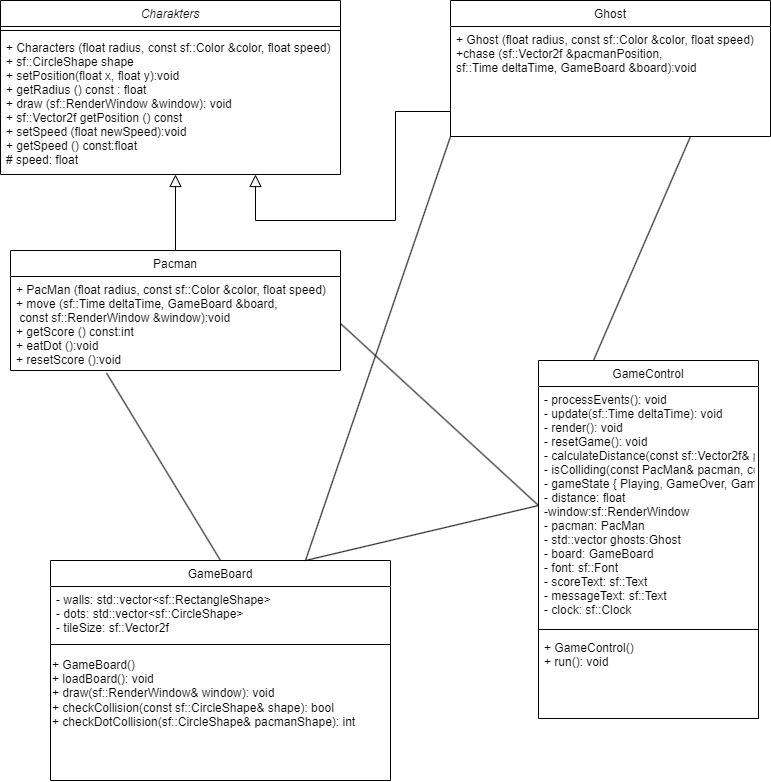
Above: docs/UML_PACMAN.png in kamil3004/Pacman (draw.io), before the change. Source tidied: cells renumbered, new cells last; positions are measured from the earlier drawing's top-left corner, leaving out a move shared by most shapes. Source of this version:
```xml
<mxGraphModel>
  <root>
    <mxCell id="0" />
    <mxCell id="1" parent="0" />
    <mxCell id="2" value="Charakters" style="swimlane;fontStyle=2;align=center;verticalAlign=top;horizontal=1;startSize=26;rounded=0;shadow=0;strokeWidth=1;" parent="1" vertex="1">
      <mxGeometry width="340" height="174" as="geometry" />
    </mxCell>
    <mxCell id="3" style="line;html=1;strokeWidth=1;align=left;verticalAlign=middle;spacingTop=-1;spacingLeft=3;spacingRight=3;labelPosition=right;" parent="2" vertex="1">
      <mxGeometry y="26" width="340" height="8" as="geometry" />
    </mxCell>
    <mxCell id="4" value="+ Characters (float radius, const sf::Color &amp;color, float speed)&#10;+ sf::CircleShape shape&#10;+ setPosition(float x, float y):void&#10;+ getRadius () const : float&#10;+ draw (sf::RenderWindow &amp;window): void&#10;+ sf::Vector2f &#9;getPosition () const&#10;+ setSpeed (float newSpeed):void  &#10;+ getSpeed () const:float&#10;# speed: float" style="text;align=left;verticalAlign=top;spacingLeft=4;spacingRight=4;overflow=hidden;points=[[0,0.5],[1,0.5]];portConstraint=eastwest;rounded=0;shadow=0;html=0;" parent="2" vertex="1">
      <mxGeometry y="34" width="340" height="140" as="geometry" />
    </mxCell>
    <mxCell id="5" value="Pacman" style="swimlane;fontStyle=0;align=center;verticalAlign=top;horizontal=1;startSize=26;rounded=0;shadow=0;strokeWidth=1;" parent="1" vertex="1">
      <mxGeometry x="10" y="250" width="330" height="120" as="geometry" />
    </mxCell>
    <mxCell id="6" value="+ PacMan (float radius, const sf::Color &amp;color, float speed)&#10;+ move (sf::Time deltaTime, GameBoard &amp;board,&#10; const sf::RenderWindow &amp;window):void &#10;+ getScore () const:int&#10;+ eatDot ():void&#10;+ resetScore ():void " style="text;align=left;verticalAlign=top;spacingLeft=4;spacingRight=4;overflow=hidden;points=[[0,0.5],[1,0.5]];portConstraint=eastwest;" parent="5" vertex="1">
      <mxGeometry y="26" width="330" height="94" as="geometry" />
    </mxCell>
    <mxCell id="7" style="endArrow=block;endSize=10;endFill=0;shadow=0;strokeWidth=1;rounded=0;curved=0;edgeStyle=elbowEdgeStyle;elbow=horizontal;" parent="1" edge="1" source="5" target="2">
      <mxGeometry relative="1" as="geometry">
        <Array as="points">
          <mxPoint x="108" y="170" />
        </Array>
      </mxGeometry>
    </mxCell>
    <mxCell id="8" value="Ghost" style="swimlane;fontStyle=0;align=center;verticalAlign=top;horizontal=1;startSize=26;rounded=0;shadow=0;strokeWidth=1;" parent="1" vertex="1">
      <mxGeometry x="450" width="320" height="136" as="geometry" />
    </mxCell>
    <mxCell id="9" value="+ Ghost (float radius, const sf::Color &amp;color, float speed)&#10;+chase (sf::Vector2f &amp;pacmanPosition,&#10;sf::Time deltaTime, GameBoard &amp;board):void" style="text;align=left;verticalAlign=top;spacingLeft=4;spacingRight=4;overflow=hidden;points=[[0,0.5],[1,0.5]];portConstraint=eastwest;" parent="8" vertex="1">
      <mxGeometry y="26" width="320" height="64" as="geometry" />
    </mxCell>
    <mxCell id="10" style="endArrow=block;endSize=10;endFill=0;shadow=0;strokeWidth=1;rounded=0;elbow=vertical;edgeStyle=orthogonalEdgeStyle;entryX=0.75;entryY=1;entryDx=0;entryDy=0;" parent="1" edge="1" target="2">
      <mxGeometry relative="1" as="geometry">
        <mxPoint x="450" y="110" as="sourcePoint" />
        <Array as="points">
          <mxPoint x="450" y="111" />
          <mxPoint x="395" y="111" />
          <mxPoint x="395" y="220" />
          <mxPoint x="255" y="220" />
        </Array>
      </mxGeometry>
    </mxCell>
    <mxCell id="11" value="GameBoard" style="swimlane;fontStyle=0;align=center;verticalAlign=top;horizontal=1;startSize=26;rounded=0;shadow=0;strokeWidth=1;" parent="1" vertex="1">
      <mxGeometry x="50" y="560" width="340" height="220" as="geometry" />
    </mxCell>
    <mxCell id="12" value="- walls: std::vector&lt;sf::RectangleShape&gt;  &#10;- dots: std::vector&lt;sf::CircleShape&gt;  &#10;- tileSize: sf::Vector2f    " style="text;align=left;verticalAlign=top;spacingLeft=4;spacingRight=4;overflow=hidden;" parent="11" vertex="1">
      <mxGeometry y="26" width="340" height="54" as="geometry" />
    </mxCell>
    <mxCell id="13" style="line;html=1;strokeWidth=1;align=left;verticalAlign=middle;spacingTop=-1;spacingLeft=3;spacingRight=3;labelPosition=right;" parent="11" vertex="1">
      <mxGeometry y="80" width="340" height="8" as="geometry" />
    </mxCell>
    <mxCell id="14" value="&lt;div&gt;+&amp;nbsp;&lt;span style=&quot;text-align: center;&quot;&gt;GameBoard&lt;/span&gt;()&amp;nbsp; &amp;nbsp; &amp;nbsp;&lt;/div&gt;&lt;div&gt;+ loadBoard(): void&amp;nbsp; &amp;nbsp; &amp;nbsp; &amp;nbsp; &amp;nbsp; &amp;nbsp;&amp;nbsp;&lt;/div&gt;&lt;div&gt;+ draw(sf::RenderWindow&amp;amp; window): void&amp;nbsp; &amp;nbsp;&lt;/div&gt;&lt;div&gt;+ checkCollision(const sf::CircleShape&amp;amp; shape): bool&amp;nbsp; &amp;nbsp;&lt;/div&gt;&lt;div&gt;+ checkDotCollision(sf::CircleShape&amp;amp; pacmanShape): int&amp;nbsp; &amp;nbsp;&lt;/div&gt;" style="text;html=1;align=left;verticalAlign=middle;strokeColor=none;fillColor=none;" parent="11" vertex="1">
      <mxGeometry y="88" width="340" height="90" as="geometry" />
    </mxCell>
    <mxCell id="15" value="GameControl" style="swimlane;fontStyle=0;align=center;verticalAlign=top;horizontal=1;startSize=26;rounded=0;shadow=0;strokeWidth=1;" parent="1" vertex="1">
      <mxGeometry x="538" y="360" width="220" height="358" as="geometry" />
    </mxCell>
    <mxCell id="16" value="- processEvents(): void &#10;- update(sf::Time deltaTime): void &#10;- render(): void&#10;- resetGame(): void&#10;- calculateDistance(const sf::Vector2f&amp; pos1, const sf::Vector2f&amp; pos2):float&#10;- isColliding(const PacMan&amp; pacman, const Ghost&amp; ghost):bool &#10;- gameState { Playing, GameOver, GameWon, StartScreen } gameState:enum &#10;- distance: float&#10;-window:sf::RenderWindow &#10;- pacman: PacMan &#10;- std::vector ghosts:Ghost&#10;- board: GameBoard &#10;- font: sf::Font&#10;- scoreText: sf::Text &#10;- messageText: sf::Text&#10;- clock: sf::Clock" style="text;align=left;verticalAlign=top;spacingLeft=4;spacingRight=4;overflow=hidden;points=[[0,0.5],[1,0.5]];portConstraint=eastwest;rounded=0;shadow=0;html=0;" parent="15" vertex="1">
      <mxGeometry y="26" width="220" height="238" as="geometry" />
    </mxCell>
    <mxCell id="17" style="line;html=1;strokeWidth=1;align=left;verticalAlign=middle;spacingTop=-1;spacingLeft=3;spacingRight=3;labelPosition=right;" parent="15" vertex="1">
      <mxGeometry y="264" width="220" height="10" as="geometry" />
    </mxCell>
    <mxCell id="18" value="+ GameControl()&#10;+ run(): void" style="text;align=left;verticalAlign=top;spacingLeft=4;spacingRight=4;overflow=hidden;rounded=0;shadow=0;html=0;" parent="15" vertex="1">
      <mxGeometry y="274" width="220" height="84" as="geometry" />
    </mxCell>
    <mxCell id="19" style="endArrow=none;html=1;rounded=0;entryX=0;entryY=1;entryDx=0;entryDy=0;exitX=0.75;exitY=0;exitDx=0;exitDy=0;" parent="1" edge="1" source="11" target="8">
      <mxGeometry relative="1" as="geometry" />
    </mxCell>
    <mxCell id="20" style="endArrow=none;html=1;rounded=0;exitX=0.5;exitY=0;exitDx=0;exitDy=0;entryX=0.291;entryY=1.027;entryDx=0;entryDy=0;entryPerimeter=0;" parent="1" edge="1" source="11" target="6">
      <mxGeometry relative="1" as="geometry" />
    </mxCell>
    <mxCell id="21" style="endArrow=none;html=1;rounded=0;entryX=1;entryY=0.5;entryDx=0;entryDy=0;exitX=0;exitY=0.5;exitDx=0;exitDy=0;" parent="1" edge="1" source="16" target="6">
      <mxGeometry relative="1" as="geometry" />
    </mxCell>
    <mxCell id="22" style="endArrow=none;html=1;rounded=0;exitX=0.75;exitY=0;exitDx=0;exitDy=0;entryX=0;entryY=0.5;entryDx=0;entryDy=0;" parent="1" edge="1" source="11" target="16">
      <mxGeometry relative="1" as="geometry" />
    </mxCell>
    <mxCell id="23" style="endArrow=none;html=1;rounded=0;entryX=0.75;entryY=1;entryDx=0;entryDy=0;exitX=0.25;exitY=0;exitDx=0;exitDy=0;" parent="1" edge="1" source="15" target="8">
      <mxGeometry relative="1" as="geometry" />
    </mxCell>
  </root>
</mxGraphModel>
```
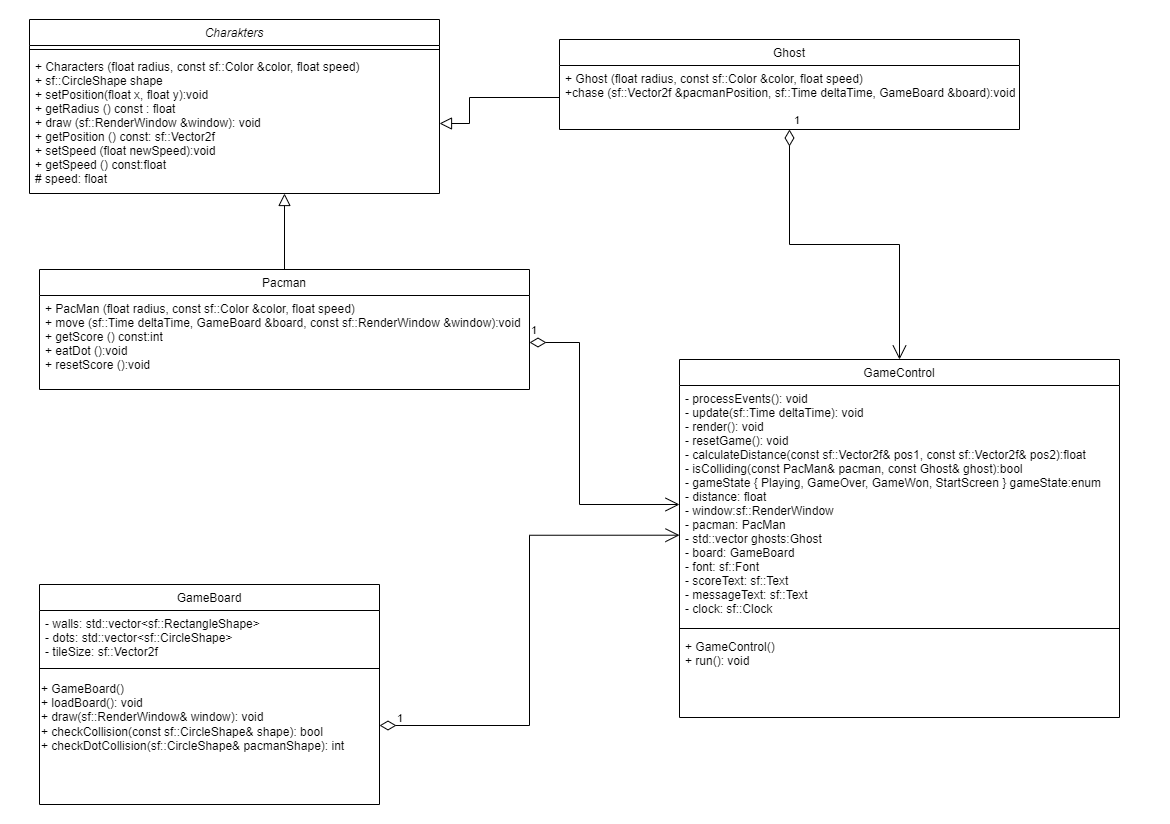
Above is the later version.

Change to the diagram source:
```diff
@@ -3,19 +3,19 @@
     <mxCell id="0" />
     <mxCell id="1" parent="0" />
     <mxCell id="2" value="Charakters" style="swimlane;fontStyle=2;align=center;verticalAlign=top;horizontal=1;startSize=26;rounded=0;shadow=0;strokeWidth=1;" parent="1" vertex="1">
-      <mxGeometry width="340" height="174" as="geometry" />
+      <mxGeometry width="410" height="174" as="geometry" />
     </mxCell>
     <mxCell id="3" style="line;html=1;strokeWidth=1;align=left;verticalAlign=middle;spacingTop=-1;spacingLeft=3;spacingRight=3;labelPosition=right;" parent="2" vertex="1">
-      <mxGeometry y="26" width="340" height="8" as="geometry" />
+      <mxGeometry y="26" width="410" height="8" as="geometry" />
     </mxCell>
-    <mxCell id="4" value="+ Characters (float radius, const sf::Color &amp;color, float speed)&#10;+ sf::CircleShape shape&#10;+ setPosition(float x, float y):void&#10;+ getRadius () const : float&#10;+ draw (sf::RenderWindow &amp;window): void&#10;+ sf::Vector2f &#9;getPosition () const&#10;+ setSpeed (float newSpeed):void  &#10;+ getSpeed () const:float&#10;# speed: float" style="text;align=left;verticalAlign=top;spacingLeft=4;spacingRight=4;overflow=hidden;points=[[0,0.5],[1,0.5]];portConstraint=eastwest;rounded=0;shadow=0;html=0;" parent="2" vertex="1">
-      <mxGeometry y="34" width="340" height="140" as="geometry" />
+    <mxCell id="4" value="+ Characters (float radius, const sf::Color &amp;color, float speed)&#10;+ sf::CircleShape shape&#10;+ setPosition(float x, float y):void&#10;+ getRadius () const : float&#10;+ draw (sf::RenderWindow &amp;window): void&#10;+ getPosition () const: sf::Vector2f&#10;+ setSpeed (float newSpeed):void  &#10;+ getSpeed () const:float&#10;# speed: float" style="text;align=left;verticalAlign=top;spacingLeft=4;spacingRight=4;overflow=hidden;points=[[0,0.5],[1,0.5]];portConstraint=eastwest;rounded=0;shadow=0;html=0;" parent="2" vertex="1">
+      <mxGeometry y="34" width="410" height="140" as="geometry" />
     </mxCell>
     <mxCell id="5" value="Pacman" style="swimlane;fontStyle=0;align=center;verticalAlign=top;horizontal=1;startSize=26;rounded=0;shadow=0;strokeWidth=1;" parent="1" vertex="1">
-      <mxGeometry x="10" y="250" width="330" height="120" as="geometry" />
+      <mxGeometry x="10" y="250" width="490" height="120" as="geometry" />
     </mxCell>
-    <mxCell id="6" value="+ PacMan (float radius, const sf::Color &amp;color, float speed)&#10;+ move (sf::Time deltaTime, GameBoard &amp;board,&#10; const sf::RenderWindow &amp;window):void &#10;+ getScore () const:int&#10;+ eatDot ():void&#10;+ resetScore ():void " style="text;align=left;verticalAlign=top;spacingLeft=4;spacingRight=4;overflow=hidden;points=[[0,0.5],[1,0.5]];portConstraint=eastwest;" parent="5" vertex="1">
-      <mxGeometry y="26" width="330" height="94" as="geometry" />
+    <mxCell id="6" value="+ PacMan (float radius, const sf::Color &amp;color, float speed)&#10;+ move (sf::Time deltaTime, GameBoard &amp;board, const sf::RenderWindow &amp;window):void &#10;+ getScore () const:int&#10;+ eatDot ():void&#10;+ resetScore ():void " style="text;align=left;verticalAlign=top;spacingLeft=4;spacingRight=4;overflow=hidden;points=[[0,0.5],[1,0.5]];portConstraint=eastwest;" parent="5" vertex="1">
+      <mxGeometry y="26" width="490" height="94" as="geometry" />
     </mxCell>
     <mxCell id="7" style="endArrow=block;endSize=10;endFill=0;shadow=0;strokeWidth=1;rounded=0;curved=0;edgeStyle=elbowEdgeStyle;elbow=horizontal;" parent="1" edge="1" source="5" target="2">
       <mxGeometry relative="1" as="geometry">
@@ -25,24 +25,13 @@
       </mxGeometry>
     </mxCell>
     <mxCell id="8" value="Ghost" style="swimlane;fontStyle=0;align=center;verticalAlign=top;horizontal=1;startSize=26;rounded=0;shadow=0;strokeWidth=1;" parent="1" vertex="1">
-      <mxGeometry x="450" width="320" height="136" as="geometry" />
+      <mxGeometry x="530" y="20" width="460" height="90" as="geometry" />
     </mxCell>
-    <mxCell id="9" value="+ Ghost (float radius, const sf::Color &amp;color, float speed)&#10;+chase (sf::Vector2f &amp;pacmanPosition,&#10;sf::Time deltaTime, GameBoard &amp;board):void" style="text;align=left;verticalAlign=top;spacingLeft=4;spacingRight=4;overflow=hidden;points=[[0,0.5],[1,0.5]];portConstraint=eastwest;" parent="8" vertex="1">
-      <mxGeometry y="26" width="320" height="64" as="geometry" />
+    <mxCell id="9" value="+ Ghost (float radius, const sf::Color &amp;color, float speed)&#10;+chase (sf::Vector2f &amp;pacmanPosition, sf::Time deltaTime, GameBoard &amp;board):void" style="text;align=left;verticalAlign=top;spacingLeft=4;spacingRight=4;overflow=hidden;points=[[0,0.5],[1,0.5]];portConstraint=eastwest;" parent="8" vertex="1">
+      <mxGeometry y="26" width="460" height="64" as="geometry" />
     </mxCell>
-    <mxCell id="10" style="endArrow=block;endSize=10;endFill=0;shadow=0;strokeWidth=1;rounded=0;elbow=vertical;edgeStyle=orthogonalEdgeStyle;entryX=0.75;entryY=1;entryDx=0;entryDy=0;" parent="1" edge="1" target="2">
-      <mxGeometry relative="1" as="geometry">
-        <mxPoint x="450" y="110" as="sourcePoint" />
-        <Array as="points">
-          <mxPoint x="450" y="111" />
-          <mxPoint x="395" y="111" />
-          <mxPoint x="395" y="220" />
-          <mxPoint x="255" y="220" />
-        </Array>
-      </mxGeometry>
-    </mxCell>
     <mxCell id="11" value="GameBoard" style="swimlane;fontStyle=0;align=center;verticalAlign=top;horizontal=1;startSize=26;rounded=0;shadow=0;strokeWidth=1;" parent="1" vertex="1">
-      <mxGeometry x="50" y="560" width="340" height="220" as="geometry" />
+      <mxGeometry x="10" y="565" width="340" height="220" as="geometry" />
     </mxCell>
     <mxCell id="12" value="- walls: std::vector&lt;sf::RectangleShape&gt;  &#10;- dots: std::vector&lt;sf::CircleShape&gt;  &#10;- tileSize: sf::Vector2f    " style="text;align=left;verticalAlign=top;spacingLeft=4;spacingRight=4;overflow=hidden;" parent="11" vertex="1">
       <mxGeometry y="26" width="340" height="54" as="geometry" />
@@ -54,31 +43,51 @@
       <mxGeometry y="88" width="340" height="90" as="geometry" />
     </mxCell>
     <mxCell id="15" value="GameControl" style="swimlane;fontStyle=0;align=center;verticalAlign=top;horizontal=1;startSize=26;rounded=0;shadow=0;strokeWidth=1;" parent="1" vertex="1">
-      <mxGeometry x="538" y="360" width="220" height="358" as="geometry" />
+      <mxGeometry x="650" y="340" width="440" height="358" as="geometry" />
     </mxCell>
-    <mxCell id="16" value="- processEvents(): void &#10;- update(sf::Time deltaTime): void &#10;- render(): void&#10;- resetGame(): void&#10;- calculateDistance(const sf::Vector2f&amp; pos1, const sf::Vector2f&amp; pos2):float&#10;- isColliding(const PacMan&amp; pacman, const Ghost&amp; ghost):bool &#10;- gameState { Playing, GameOver, GameWon, StartScreen } gameState:enum &#10;- distance: float&#10;-window:sf::RenderWindow &#10;- pacman: PacMan &#10;- std::vector ghosts:Ghost&#10;- board: GameBoard &#10;- font: sf::Font&#10;- scoreText: sf::Text &#10;- messageText: sf::Text&#10;- clock: sf::Clock" style="text;align=left;verticalAlign=top;spacingLeft=4;spacingRight=4;overflow=hidden;points=[[0,0.5],[1,0.5]];portConstraint=eastwest;rounded=0;shadow=0;html=0;" parent="15" vertex="1">
-      <mxGeometry y="26" width="220" height="238" as="geometry" />
+    <mxCell id="16" value="- processEvents(): void &#10;- update(sf::Time deltaTime): void &#10;- render(): void&#10;- resetGame(): void&#10;- calculateDistance(const sf::Vector2f&amp; pos1, const sf::Vector2f&amp; pos2):float&#10;- isColliding(const PacMan&amp; pacman, const Ghost&amp; ghost):bool &#10;- gameState { Playing, GameOver, GameWon, StartScreen } gameState:enum &#10;- distance: float&#10;- window:sf::RenderWindow &#10;- pacman: PacMan &#10;- std::vector ghosts:Ghost&#10;- board: GameBoard &#10;- font: sf::Font&#10;- scoreText: sf::Text &#10;- messageText: sf::Text&#10;- clock: sf::Clock" style="text;align=left;verticalAlign=top;spacingLeft=4;spacingRight=4;overflow=hidden;points=[[0,0.5],[1,0.5]];portConstraint=eastwest;rounded=0;shadow=0;html=0;" parent="15" vertex="1">
+      <mxGeometry y="26" width="440" height="238" as="geometry" />
     </mxCell>
     <mxCell id="17" style="line;html=1;strokeWidth=1;align=left;verticalAlign=middle;spacingTop=-1;spacingLeft=3;spacingRight=3;labelPosition=right;" parent="15" vertex="1">
-      <mxGeometry y="264" width="220" height="10" as="geometry" />
+      <mxGeometry y="264" width="440" height="10" as="geometry" />
     </mxCell>
     <mxCell id="18" value="+ GameControl()&#10;+ run(): void" style="text;align=left;verticalAlign=top;spacingLeft=4;spacingRight=4;overflow=hidden;rounded=0;shadow=0;html=0;" parent="15" vertex="1">
-      <mxGeometry y="274" width="220" height="84" as="geometry" />
+      <mxGeometry y="274" width="440" height="84" as="geometry" />
     </mxCell>
-    <mxCell id="19" style="endArrow=none;html=1;rounded=0;entryX=0;entryY=1;entryDx=0;entryDy=0;exitX=0.75;exitY=0;exitDx=0;exitDy=0;" parent="1" edge="1" source="11" target="8">
-      <mxGeometry relative="1" as="geometry" />
-    </mxCell>
-    <mxCell id="20" style="endArrow=none;html=1;rounded=0;exitX=0.5;exitY=0;exitDx=0;exitDy=0;entryX=0.291;entryY=1.027;entryDx=0;entryDy=0;entryPerimeter=0;" parent="1" edge="1" source="11" target="6">
-      <mxGeometry relative="1" as="geometry" />
-    </mxCell>
-    <mxCell id="21" style="endArrow=none;html=1;rounded=0;entryX=1;entryY=0.5;entryDx=0;entryDy=0;exitX=0;exitY=0.5;exitDx=0;exitDy=0;" parent="1" edge="1" source="16" target="6">
-      <mxGeometry relative="1" as="geometry" />
-    </mxCell>
+    <mxCell id="24" style="endArrow=block;endSize=10;endFill=0;shadow=0;strokeWidth=1;rounded=0;curved=0;edgeStyle=elbowEdgeStyle;elbow=horizontal;entryX=1;entryY=0.5;entryDx=0;entryDy=0;exitX=0;exitY=0.5;exitDx=0;exitDy=0;" parent="1" edge="1" source="9" target="4">
+      <mxGeometry relative="1" as="geometry">
+        <Array as="points">
+          <mxPoint x="440" y="50" />
+        </Array>
+      </mxGeometry>
+    </mxCell>
-    <mxCell id="22" style="endArrow=none;html=1;rounded=0;exitX=0.75;exitY=0;exitDx=0;exitDy=0;entryX=0;entryY=0.5;entryDx=0;entryDy=0;" parent="1" edge="1" source="11" target="16">
-      <mxGeometry relative="1" as="geometry" />
+    <mxCell id="22" value="1" style="endArrow=open;html=1;endSize=12;startArrow=diamondThin;startSize=14;startFill=0;edgeStyle=orthogonalEdgeStyle;align=left;verticalAlign=bottom;rounded=0;entryX=0;entryY=0.629;entryDx=0;entryDy=0;entryPerimeter=0;" parent="1" edge="1" source="11" target="16">
+      <mxGeometry x="-0.93" y="-2" relative="1" as="geometry">
+        <Array as="points">
+          <mxPoint x="500" y="706" />
+          <mxPoint x="500" y="516" />
+        </Array>
+      </mxGeometry>
     </mxCell>
-    <mxCell id="23" style="endArrow=none;html=1;rounded=0;entryX=0.75;entryY=1;entryDx=0;entryDy=0;exitX=0.25;exitY=0;exitDx=0;exitDy=0;" parent="1" edge="1" source="15" target="8">
-      <mxGeometry relative="1" as="geometry" />
-    </mxCell>
+    <mxCell id="25" value="1" style="endArrow=open;html=1;endSize=12;startArrow=diamondThin;startSize=14;startFill=0;edgeStyle=orthogonalEdgeStyle;align=left;verticalAlign=bottom;rounded=0;exitX=1;exitY=0.5;exitDx=0;exitDy=0;" parent="1" edge="1" source="6" target="16">
+      <mxGeometry x="-1" y="3" relative="1" as="geometry">
+        <Array as="points">
+          <mxPoint x="550" y="323" />
+          <mxPoint x="550" y="485" />
+        </Array>
+      </mxGeometry>
+    </mxCell>
+    <mxCell id="26" value="1" style="endArrow=open;html=1;endSize=12;startArrow=diamondThin;startSize=14;startFill=0;edgeStyle=orthogonalEdgeStyle;align=left;verticalAlign=bottom;rounded=0;entryX=0.5;entryY=0;entryDx=0;entryDy=0;" parent="1" edge="1" source="8" target="15">
+      <mxGeometry x="-1" y="3" relative="1" as="geometry" />
+    </mxCell>
+    <mxCell id="27" style="text;strokeColor=none;fillColor=none;align=left;verticalAlign=middle;spacingTop=-1;spacingLeft=4;spacingRight=4;labelPosition=right;" parent="1" vertex="1">
+      <mxGeometry x="-20" y="790" width="20" height="14" as="geometry" />
+    </mxCell>
+    <mxCell id="28" style="text;strokeColor=none;fillColor=none;align=left;verticalAlign=middle;spacingTop=-1;spacingLeft=4;spacingRight=4;labelPosition=right;" parent="1" vertex="1">
+      <mxGeometry x="-30" y="-20" width="20" height="14" as="geometry" />
+    </mxCell>
+    <mxCell id="29" style="text;strokeColor=none;fillColor=none;align=left;verticalAlign=middle;spacingTop=-1;spacingLeft=4;spacingRight=4;labelPosition=right;" parent="1" vertex="1">
+      <mxGeometry x="1120" y="790" width="20" height="14" as="geometry" />
+    </mxCell>
   </root>
 </mxGraphModel>
```
